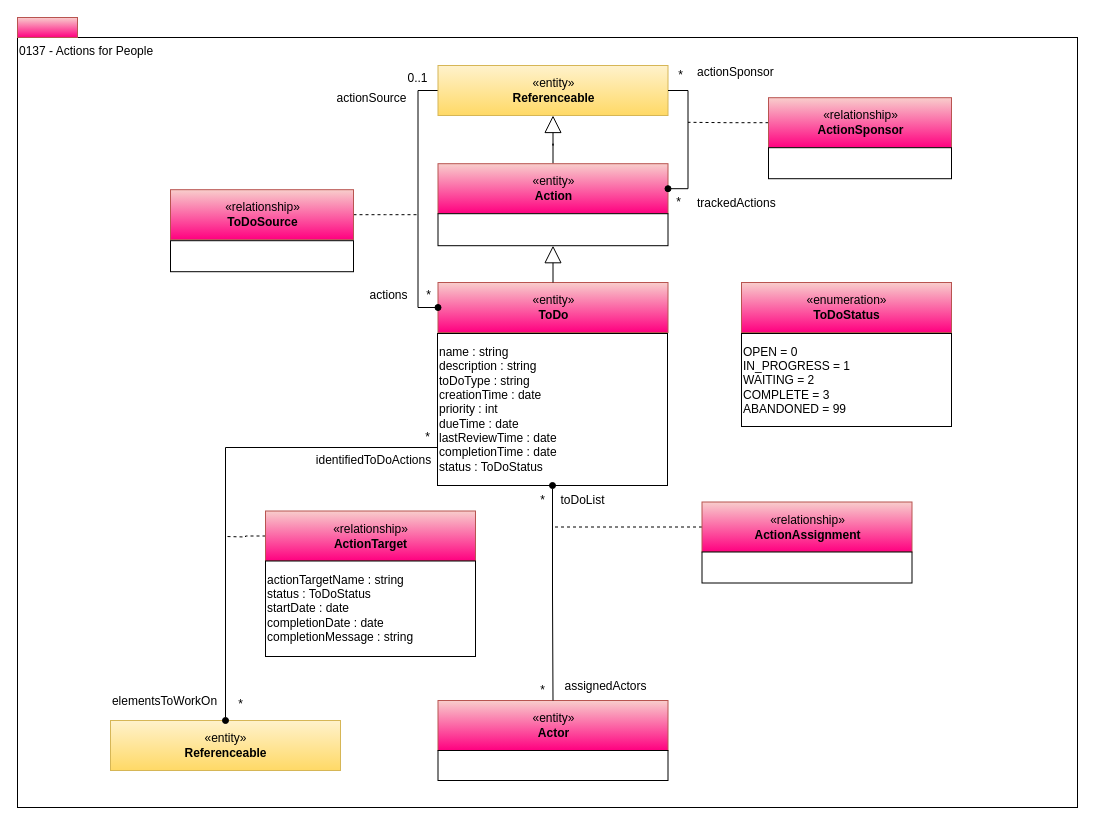
Above: page "0137-Actions" (9 of 13) of site/docs/types/1/area-1-collaboration.drawio in odpi/egeria-docs (draw.io), before the change. Source tidied: cells renumbered, new cells numbered last; positions are measured from the earlier drawing's top-left corner, leaving out a move shared by most shapes. Both pictures are drawn from the tidied source at 100%, with x=0, y=0 at pixel (17, 17).
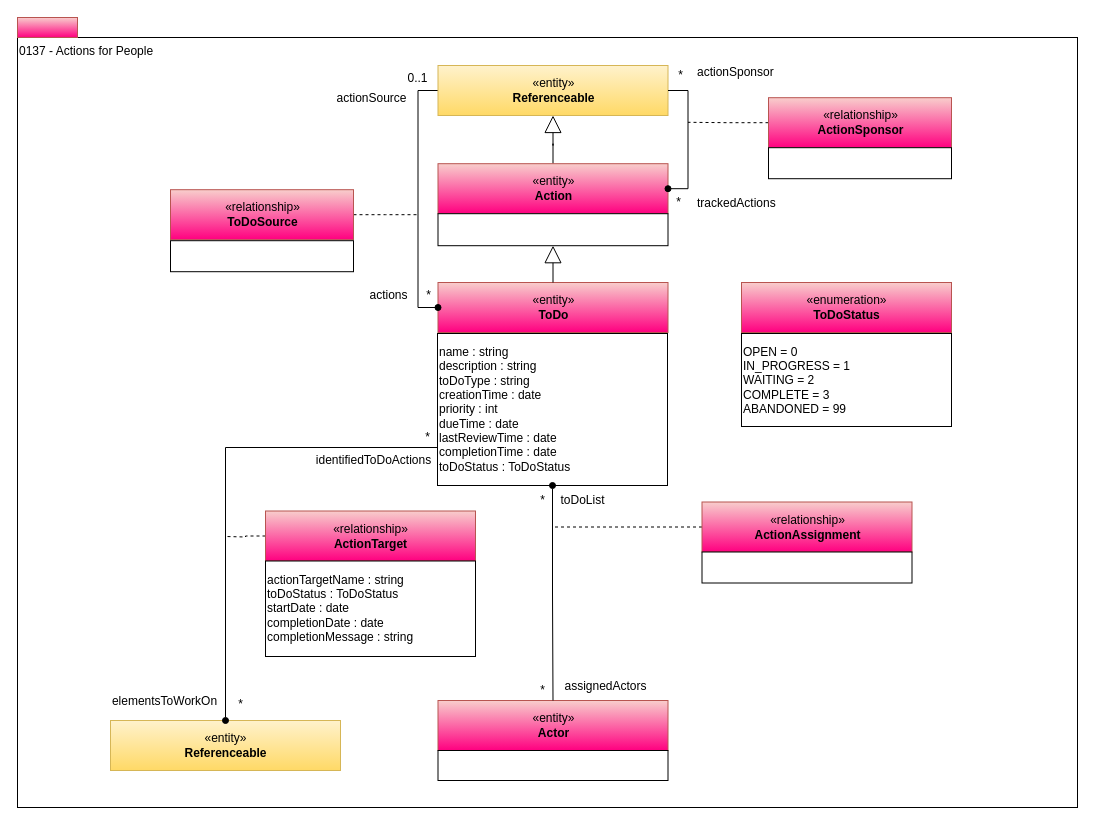
Above is the later version.

Change to the diagram source:
```diff
@@
-    <mxCell id="6" value="name : string&lt;br&gt;description : string&lt;br&gt;toDoType : string&lt;br&gt;creationTime : date&lt;br&gt;priority : int&lt;br&gt;dueTime : date&lt;br style=&quot;border-color: var(--border-color);&quot;&gt;lastReviewTime : date&lt;br style=&quot;border-color: var(--border-color);&quot;&gt;completionTime : date&lt;br&gt;status : ToDoStatus" style="rounded=0;whiteSpace=wrap;html=1;align=left;" parent="1" vertex="1">
+    <mxCell id="6" value="name : string&lt;br&gt;description : string&lt;br&gt;toDoType : string&lt;br&gt;creationTime : date&lt;br&gt;priority : int&lt;br&gt;dueTime : date&lt;br style=&quot;border-color: var(--border-color);&quot;&gt;lastReviewTime : date&lt;br style=&quot;border-color: var(--border-color);&quot;&gt;completionTime : date&lt;br&gt;toDoStatus : ToDoStatus" style="rounded=0;whiteSpace=wrap;html=1;align=left;" parent="1" vertex="1">
       <mxGeometry x="420" y="316" width="230" height="152" as="geometry" />
     </mxCell>
@@
-    <mxCell id="37" value="actionTargetName : string&lt;br&gt;status : ToDoStatus&lt;br&gt;startDate : date&lt;br&gt;completionDate : date&lt;br&gt;completionMessage : string" style="rounded=0;whiteSpace=wrap;html=1;strokeColor=#000000;gradientColor=#ffffff;align=left;" parent="1" vertex="1">
+    <mxCell id="37" value="actionTargetName : string&lt;br&gt;toDoStatus : ToDoStatus&lt;br&gt;startDate : date&lt;br&gt;completionDate : date&lt;br&gt;completionMessage : string" style="rounded=0;whiteSpace=wrap;html=1;strokeColor=#000000;gradientColor=#ffffff;align=left;" parent="1" vertex="1">
       <mxGeometry x="248" y="543.5" width="210" height="95.5" as="geometry" />
     </mxCell>
```
